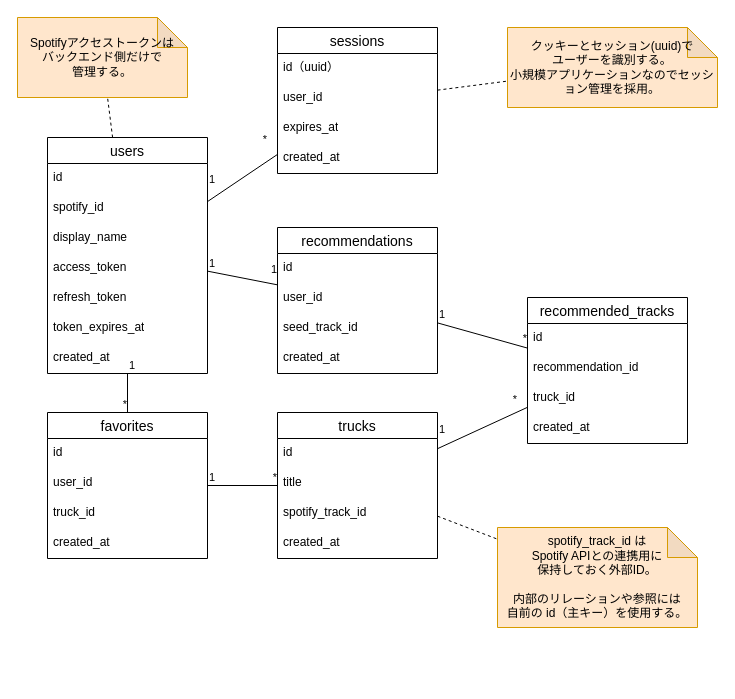
Earlier version of the draw.io diagram docs/er-diagram.drawio (eito0518/digbeats-v2). Source tidied: cells renumbered, new cells numbered last; positions are measured from the earlier drawing's top-left corner, leaving out a move shared by most shapes. Both pictures are drawn from the tidied source at 100%, with x=0, y=0 at pixel (17, 17).
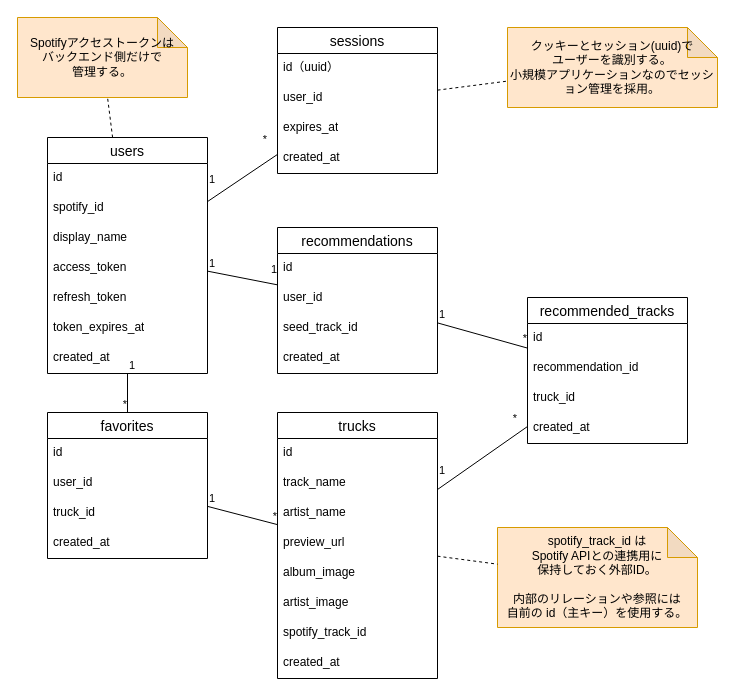
After the change.

Commit message (it also covers changes not shown here):
docs: 初期実装に合わせて ER図・OpenAPI仕様を修正

What changed in the source:
```diff
@@
     <mxCell id="20" value="trucks" style="swimlane;fontStyle=0;horizontal=1;startSize=26;align=center;fontSize=14;" parent="1" vertex="1">
-      <mxGeometry x="260" y="395" width="160" height="146" as="geometry" />
+      <mxGeometry x="260" y="395" width="160" height="266" as="geometry" />
     </mxCell>
@@
-    <mxCell id="22" value="title" style="text;strokeColor=none;fillColor=none;spacingLeft=4;spacingRight=4;overflow=hidden;fontSize=12;whiteSpace=wrap;html=1;" parent="20" vertex="1">
+    <mxCell id="22" value="track_name" style="text;strokeColor=none;fillColor=none;spacingLeft=4;spacingRight=4;overflow=hidden;fontSize=12;whiteSpace=wrap;html=1;" parent="20" vertex="1">
       <mxGeometry y="56" width="160" height="30" as="geometry" />
     </mxCell>
+    <mxCell id="59" value="artist_name" style="text;strokeColor=none;fillColor=none;spacingLeft=4;spacingRight=4;overflow=hidden;fontSize=12;whiteSpace=wrap;html=1;" parent="20" vertex="1">
+      <mxGeometry y="86" width="160" height="30" as="geometry" />
+    </mxCell>
+    <mxCell id="60" value="preview_url" style="text;strokeColor=none;fillColor=none;spacingLeft=4;spacingRight=4;overflow=hidden;fontSize=12;whiteSpace=wrap;html=1;" parent="20" vertex="1">
+      <mxGeometry y="116" width="160" height="30" as="geometry" />
+    </mxCell>
+    <mxCell id="61" value="album_image" style="text;strokeColor=none;fillColor=none;spacingLeft=4;spacingRight=4;overflow=hidden;fontSize=12;whiteSpace=wrap;html=1;" parent="20" vertex="1">
+      <mxGeometry y="146" width="160" height="30" as="geometry" />
+    </mxCell>
+    <mxCell id="62" value="artist_image" style="text;strokeColor=none;fillColor=none;spacingLeft=4;spacingRight=4;overflow=hidden;fontSize=12;whiteSpace=wrap;html=1;" parent="20" vertex="1">
+      <mxGeometry y="176" width="160" height="30" as="geometry" />
+    </mxCell>
     <mxCell id="23" value="spotify_track_id" style="text;strokeColor=none;fillColor=none;spacingLeft=4;spacingRight=4;overflow=hidden;fontSize=12;whiteSpace=wrap;html=1;" parent="20" vertex="1">
-      <mxGeometry y="86" width="160" height="30" as="geometry" />
+      <mxGeometry y="206" width="160" height="30" as="geometry" />
     </mxCell>
     <mxCell id="24" value="created_at" style="text;strokeColor=none;fillColor=none;spacingLeft=4;spacingRight=4;overflow=hidden;fontSize=12;whiteSpace=wrap;html=1;" parent="20" vertex="1">
-      <mxGeometry y="116" width="160" height="30" as="geometry" />
+      <mxGeometry y="236" width="160" height="30" as="geometry" />
     </mxCell>
```
